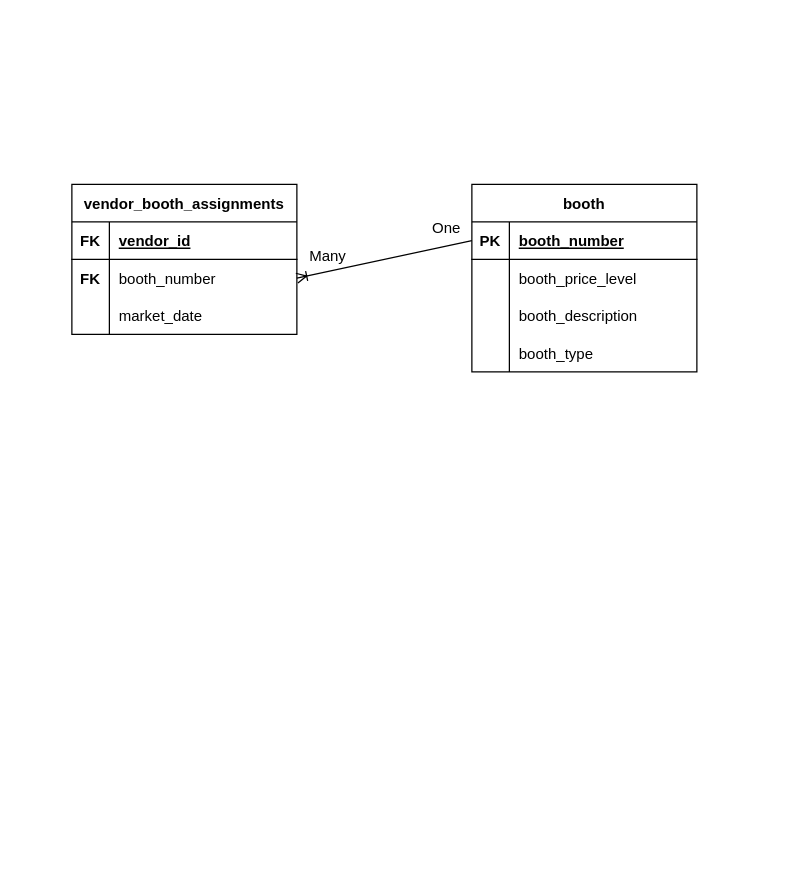
Before: 02_activities/homework/homework1.drawio in mehulptech/sql, a draw.io diagram. Source tidied: cells renumbered, new cells numbered last; positions are measured from the earlier drawing's top-left corner, leaving out a move shared by most shapes. Both pictures are drawn from the tidied source at 125%, with x=0, y=0 at pixel (71, 184).
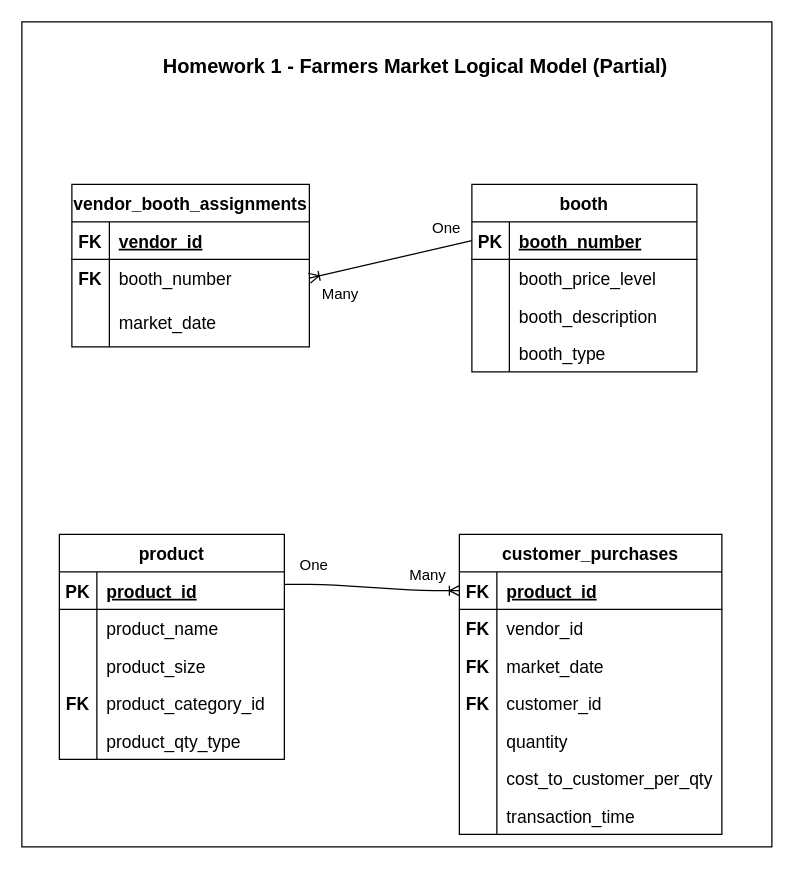
The same page after the edit.

Commit message (it also covers changes not shown here):
Submitting SQL >> Homework 1

The change refers to these unchanged cells:
```xml
<mxCell id="3" style="shape=tableRow;horizontal=0;startSize=0;swimlaneHead=0;swimlaneBody=0;fillColor=none;points=[[0,0.5],[1,0.5]];portConstraint=eastwest;top=0;left=0;right=0;bottom=1;" parent="2" vertex="1">
  <mxGeometry y="30" width="180" height="30" as="geometry" />
</mxCell>
<mxCell id="6" style="shape=tableRow;horizontal=0;startSize=0;swimlaneHead=0;swimlaneBody=0;fillColor=none;top=0;left=0;right=0;bottom=0;" parent="2" vertex="1">
  <mxGeometry y="60" width="180" height="30" as="geometry" />
</mxCell>
<mxCell id="9" style="shape=tableRow;horizontal=0;startSize=0;swimlaneHead=0;swimlaneBody=0;fillColor=none;top=0;left=0;right=0;bottom=0;" parent="2" vertex="1">
  <mxGeometry y="90" width="180" height="30" as="geometry" />
</mxCell>
<mxCell id="12" style="shape=tableRow;horizontal=0;startSize=0;swimlaneHead=0;swimlaneBody=0;fillColor=none;top=0;left=0;right=0;bottom=0;" parent="2" vertex="1">
  <mxGeometry y="120" width="180" height="30" as="geometry" />
</mxCell>
```

The edit, as a diff of the source:
```diff
@@
+    <mxCell id="28" style="rounded=0;whiteSpace=wrap;html=1;" parent="1" vertex="1">
+      <mxGeometry x="-40" y="-130" width="600" height="660" as="geometry" />
+    </mxCell>
-    <mxCell id="2" value="booth" style="shape=table;startSize=30;childLayout=tableLayout;rowLines=0;fontStyle=1;align=center;" parent="1" vertex="1">
+    <mxCell id="2" value="booth" style="shape=table;startSize=30;childLayout=tableLayout;rowLines=0;fontStyle=1;align=center;fontSize=14;" parent="1" vertex="1">
       <mxGeometry x="320" width="180" height="150" as="geometry" />
     </mxCell>
@@
-    <mxCell id="4" value="PK" style="shape=partialRectangle;fillColor=none;top=0;left=0;bottom=0;right=0;fontStyle=1;overflow=hidden;" parent="3" vertex="1">
+    <mxCell id="4" value="PK" style="shape=partialRectangle;fillColor=none;top=0;left=0;bottom=0;right=0;fontStyle=1;overflow=hidden;fontSize=14;" parent="3" vertex="1">
       <mxGeometry width="30" height="30" as="geometry" />
     </mxCell>
-    <mxCell id="5" value="booth_number" style="shape=partialRectangle;fillColor=none;top=0;left=0;bottom=0;right=0;align=left;spacingLeft=6;fontStyle=5;overflow=hidden;" parent="3" vertex="1">
+    <mxCell id="5" value="booth_number" style="shape=partialRectangle;fillColor=none;top=0;left=0;bottom=0;right=0;align=left;spacingLeft=6;fontStyle=5;overflow=hidden;fontSize=14;" parent="3" vertex="1">
       <mxGeometry x="30" width="150" height="30" as="geometry" />
     </mxCell>
@@
-    <mxCell id="8" value="booth_price_level" style="shape=partialRectangle;fillColor=none;top=0;left=0;bottom=0;right=0;align=left;spacingLeft=6;overflow=hidden;" parent="6" vertex="1">
+    <mxCell id="8" value="booth_price_level" style="shape=partialRectangle;fillColor=none;top=0;left=0;bottom=0;right=0;align=left;spacingLeft=6;overflow=hidden;fontSize=14;" parent="6" vertex="1">
       <mxGeometry x="30" width="150" height="30" as="geometry" />
     </mxCell>
@@
-    <mxCell id="11" value="booth_description" style="shape=partialRectangle;fillColor=none;top=0;left=0;bottom=0;right=0;align=left;spacingLeft=6;overflow=hidden;" parent="9" vertex="1">
+    <mxCell id="11" value="booth_description" style="shape=partialRectangle;fillColor=none;top=0;left=0;bottom=0;right=0;align=left;spacingLeft=6;overflow=hidden;fontSize=14;" parent="9" vertex="1">
       <mxGeometry x="30" width="150" height="30" as="geometry" />
     </mxCell>
@@
-    <mxCell id="14" value="booth_type" style="shape=partialRectangle;fillColor=none;top=0;left=0;bottom=0;right=0;align=left;spacingLeft=6;overflow=hidden;" parent="12" vertex="1">
+    <mxCell id="14" value="booth_type" style="shape=partialRectangle;fillColor=none;top=0;left=0;bottom=0;right=0;align=left;spacingLeft=6;overflow=hidden;fontSize=14;" parent="12" vertex="1">
       <mxGeometry x="30" width="150" height="30" as="geometry" />
     </mxCell>
@@
-    <mxCell id="16" value="vendor_booth_assignments" style="shape=table;startSize=30;childLayout=tableLayout;rowLines=0;fontStyle=1;align=center;" parent="1" vertex="1">
-      <mxGeometry width="180" height="120" as="geometry" />
+    <mxCell id="16" value="vendor_booth_assignments" style="shape=table;startSize=30;childLayout=tableLayout;rowLines=0;fontStyle=1;align=center;fontSize=14;" parent="1" vertex="1">
+      <mxGeometry width="190" height="130" as="geometry" />
     </mxCell>
     <mxCell id="17" style="shape=tableRow;horizontal=0;startSize=0;swimlaneHead=0;swimlaneBody=0;fillColor=none;top=0;left=0;right=0;bottom=1;" parent="16" vertex="1">
-      <mxGeometry y="30" width="180" height="30" as="geometry" />
+      <mxGeometry y="30" width="190" height="30" as="geometry" />
     </mxCell>
-    <mxCell id="18" value="FK" style="shape=partialRectangle;fillColor=none;top=0;left=0;bottom=0;right=0;fontStyle=1;overflow=hidden;" parent="17" vertex="1">
+    <mxCell id="18" value="FK" style="shape=partialRectangle;fillColor=none;top=0;left=0;bottom=0;right=0;fontStyle=1;overflow=hidden;fontSize=14;" parent="17" vertex="1">
       <mxGeometry width="30" height="30" as="geometry" />
     </mxCell>
-    <mxCell id="19" value="vendor_id" style="shape=partialRectangle;fillColor=none;top=0;left=0;bottom=0;right=0;align=left;spacingLeft=6;fontStyle=5;overflow=hidden;" parent="17" vertex="1">
-      <mxGeometry x="30" width="150" height="30" as="geometry" />
+    <mxCell id="19" value="vendor_id" style="shape=partialRectangle;fillColor=none;top=0;left=0;bottom=0;right=0;align=left;spacingLeft=6;fontStyle=5;overflow=hidden;fontSize=14;" parent="17" vertex="1">
+      <mxGeometry x="30" width="160" height="30" as="geometry" />
     </mxCell>
     <mxCell id="20" style="shape=tableRow;horizontal=0;startSize=0;swimlaneHead=0;swimlaneBody=0;fillColor=none;points=[[0,0.5],[1,0.5]];portConstraint=eastwest;top=0;left=0;right=0;bottom=0;" parent="16" vertex="1">
-      <mxGeometry y="60" width="180" height="30" as="geometry" />
+      <mxGeometry y="60" width="190" height="30" as="geometry" />
     </mxCell>
-    <mxCell id="21" value="FK" style="shape=partialRectangle;fillColor=none;top=0;left=0;bottom=0;right=0;overflow=hidden;fontStyle=1;" parent="20" vertex="1">
+    <mxCell id="21" value="FK" style="shape=partialRectangle;fillColor=none;top=0;left=0;bottom=0;right=0;overflow=hidden;fontStyle=1;fontSize=14;" parent="20" vertex="1">
       <mxGeometry width="30" height="30" as="geometry" />
     </mxCell>
-    <mxCell id="22" value="booth_number" style="shape=partialRectangle;fillColor=none;top=0;left=0;bottom=0;right=0;align=left;spacingLeft=6;overflow=hidden;" parent="20" vertex="1">
-      <mxGeometry x="30" width="150" height="30" as="geometry" />
+    <mxCell id="22" value="booth_number" style="shape=partialRectangle;fillColor=none;top=0;left=0;bottom=0;right=0;align=left;spacingLeft=6;overflow=hidden;fontSize=14;" parent="20" vertex="1">
+      <mxGeometry x="30" width="160" height="30" as="geometry" />
     </mxCell>
     <mxCell id="23" style="shape=tableRow;horizontal=0;startSize=0;swimlaneHead=0;swimlaneBody=0;fillColor=none;top=0;left=0;right=0;bottom=0;" parent="16" vertex="1">
-      <mxGeometry y="90" width="180" height="30" as="geometry" />
+      <mxGeometry y="90" width="190" height="40" as="geometry" />
     </mxCell>
     <mxCell id="24" style="shape=partialRectangle;fillColor=none;top=0;left=0;bottom=0;right=0;overflow=hidden;" parent="23" vertex="1">
-      <mxGeometry width="30" height="30" as="geometry" />
+      <mxGeometry width="30" height="40" as="geometry" />
     </mxCell>
-    <mxCell id="25" value="market_date" style="shape=partialRectangle;fillColor=none;top=0;left=0;bottom=0;right=0;align=left;spacingLeft=6;overflow=hidden;" parent="23" vertex="1">
-      <mxGeometry x="30" width="150" height="30" as="geometry" />
+    <mxCell id="25" value="market_date" style="shape=partialRectangle;fillColor=none;top=0;left=0;bottom=0;right=0;align=left;spacingLeft=6;overflow=hidden;fontSize=14;" parent="23" vertex="1">
+      <mxGeometry x="30" width="160" height="40" as="geometry" />
     </mxCell>
@@
     <mxCell id="27" value="Many" style="text;html=1;strokeColor=none;fillColor=none;align=center;verticalAlign=middle;whiteSpace=wrap;rounded=0;" parent="1" vertex="1">
-      <mxGeometry x="180" y="50" width="50" height="15" as="geometry" />
+      <mxGeometry x="190" y="80" width="50" height="15" as="geometry" />
     </mxCell>
+    <mxCell id="29" value="&lt;b&gt;&lt;font style=&quot;font-size: 16px;&quot;&gt;Homework 1 - Farmers Market Logical Model (Partial)&lt;/font&gt;&lt;/b&gt;" style="text;html=1;strokeColor=none;fillColor=none;align=center;verticalAlign=middle;whiteSpace=wrap;rounded=0;" parent="1" vertex="1">
+      <mxGeometry x="30" y="-110" width="490" height="30" as="geometry" />
+    </mxCell>
+    <mxCell id="30" value="product" style="shape=table;startSize=30;childLayout=tableLayout;rowLines=0;fontStyle=1;align=center;fontSize=14;" parent="1" vertex="1">
+      <mxGeometry x="-10" y="280" width="180" height="180" as="geometry" />
+    </mxCell>
+    <mxCell id="31" style="shape=tableRow;horizontal=0;startSize=0;swimlaneHead=0;swimlaneBody=0;fillColor=none;top=0;left=0;right=0;bottom=1;fontSize=16;" parent="30" vertex="1">
+      <mxGeometry y="30" width="180" height="30" as="geometry" />
+    </mxCell>
+    <mxCell id="32" value="PK" style="shape=partialRectangle;fillColor=none;top=0;left=0;bottom=0;right=0;fontStyle=1;overflow=hidden;fontSize=14;" parent="31" vertex="1">
+      <mxGeometry width="30" height="30" as="geometry" />
+    </mxCell>
+    <mxCell id="33" value="product_id" style="shape=partialRectangle;fillColor=none;top=0;left=0;bottom=0;right=0;align=left;spacingLeft=6;fontStyle=5;overflow=hidden;fontSize=14;" parent="31" vertex="1">
+      <mxGeometry x="30" width="150" height="30" as="geometry" />
+    </mxCell>
+    <mxCell id="34" style="shape=tableRow;horizontal=0;startSize=0;swimlaneHead=0;swimlaneBody=0;fillColor=none;top=0;left=0;right=0;bottom=0;fontSize=16;" parent="30" vertex="1">
+      <mxGeometry y="60" width="180" height="30" as="geometry" />
+    </mxCell>
+    <mxCell id="35" style="shape=partialRectangle;fillColor=none;top=0;left=0;bottom=0;right=0;overflow=hidden;fontSize=16;" parent="34" vertex="1">
+      <mxGeometry width="30" height="30" as="geometry" />
+    </mxCell>
+    <mxCell id="36" value="product_name" style="shape=partialRectangle;fillColor=none;top=0;left=0;bottom=0;right=0;align=left;spacingLeft=6;overflow=hidden;fontSize=14;" parent="34" vertex="1">
+      <mxGeometry x="30" width="150" height="30" as="geometry" />
+    </mxCell>
+    <mxCell id="37" style="shape=tableRow;horizontal=0;startSize=0;swimlaneHead=0;swimlaneBody=0;fillColor=none;top=0;left=0;right=0;bottom=0;fontSize=16;" parent="30" vertex="1">
+      <mxGeometry y="90" width="180" height="30" as="geometry" />
+    </mxCell>
+    <mxCell id="38" style="shape=partialRectangle;fillColor=none;top=0;left=0;bottom=0;right=0;overflow=hidden;fontSize=16;" parent="37" vertex="1">
+      <mxGeometry width="30" height="30" as="geometry" />
+    </mxCell>
+    <mxCell id="39" value="product_size" style="shape=partialRectangle;fillColor=none;top=0;left=0;bottom=0;right=0;align=left;spacingLeft=6;overflow=hidden;fontSize=14;" parent="37" vertex="1">
+      <mxGeometry x="30" width="150" height="30" as="geometry" />
+    </mxCell>
+    <mxCell id="40" style="shape=tableRow;horizontal=0;startSize=0;swimlaneHead=0;swimlaneBody=0;fillColor=none;top=0;left=0;right=0;bottom=0;fontSize=16;" parent="30" vertex="1">
+      <mxGeometry y="120" width="180" height="30" as="geometry" />
+    </mxCell>
+    <mxCell id="41" value="FK" style="shape=partialRectangle;fillColor=none;top=0;left=0;bottom=0;right=0;overflow=hidden;fontSize=14;fontStyle=1;" parent="40" vertex="1">
+      <mxGeometry width="30" height="30" as="geometry" />
+    </mxCell>
+    <mxCell id="42" value="product_category_id" style="shape=partialRectangle;fillColor=none;top=0;left=0;bottom=0;right=0;align=left;spacingLeft=6;overflow=hidden;fontSize=14;" parent="40" vertex="1">
+      <mxGeometry x="30" width="150" height="30" as="geometry" />
+    </mxCell>
+    <mxCell id="43" style="shape=tableRow;horizontal=0;startSize=0;swimlaneHead=0;swimlaneBody=0;fillColor=none;top=0;left=0;right=0;bottom=0;fontSize=16;" parent="30" vertex="1">
+      <mxGeometry y="150" width="180" height="30" as="geometry" />
+    </mxCell>
+    <mxCell id="44" style="shape=partialRectangle;fillColor=none;top=0;left=0;bottom=0;right=0;overflow=hidden;fontSize=14;fontStyle=1;" parent="43" vertex="1">
+      <mxGeometry width="30" height="30" as="geometry" />
+    </mxCell>
+    <mxCell id="45" value="product_qty_type" style="shape=partialRectangle;fillColor=none;top=0;left=0;bottom=0;right=0;align=left;spacingLeft=6;overflow=hidden;fontSize=14;" parent="43" vertex="1">
+      <mxGeometry x="30" width="150" height="30" as="geometry" />
+    </mxCell>
+    <mxCell id="46" value="customer_purchases" style="shape=table;startSize=30;childLayout=tableLayout;rowLines=0;fontStyle=1;align=center;fontSize=14;" parent="1" vertex="1">
+      <mxGeometry x="310" y="280" width="210" height="240" as="geometry" />
+    </mxCell>
+    <mxCell id="47" style="shape=tableRow;horizontal=0;startSize=0;swimlaneHead=0;swimlaneBody=0;fillColor=none;points=[[0,0.5],[1,0.5]];portConstraint=eastwest;top=0;left=0;right=0;bottom=1;fontSize=14;" parent="46" vertex="1">
+      <mxGeometry y="30" width="210" height="30" as="geometry" />
+    </mxCell>
+    <mxCell id="48" value="FK" style="shape=partialRectangle;fillColor=none;top=0;left=0;bottom=0;right=0;fontStyle=1;overflow=hidden;fontSize=14;" parent="47" vertex="1">
+      <mxGeometry width="30" height="30" as="geometry" />
+    </mxCell>
+    <mxCell id="49" value="product_id" style="shape=partialRectangle;fillColor=none;top=0;left=0;bottom=0;right=0;align=left;spacingLeft=6;fontStyle=5;overflow=hidden;fontSize=14;" parent="47" vertex="1">
+      <mxGeometry x="30" width="180" height="30" as="geometry" />
+    </mxCell>
+    <mxCell id="50" style="shape=tableRow;horizontal=0;startSize=0;swimlaneHead=0;swimlaneBody=0;fillColor=none;top=0;left=0;right=0;bottom=0;fontSize=14;" parent="46" vertex="1">
+      <mxGeometry y="60" width="210" height="30" as="geometry" />
+    </mxCell>
+    <mxCell id="51" value="FK" style="shape=partialRectangle;fillColor=none;top=0;left=0;bottom=0;right=0;overflow=hidden;fontSize=14;fontStyle=1;" parent="50" vertex="1">
+      <mxGeometry width="30" height="30" as="geometry" />
+    </mxCell>
+    <mxCell id="52" value="vendor_id" style="shape=partialRectangle;fillColor=none;top=0;left=0;bottom=0;right=0;align=left;spacingLeft=6;overflow=hidden;fontSize=14;" parent="50" vertex="1">
+      <mxGeometry x="30" width="180" height="30" as="geometry" />
+    </mxCell>
+    <mxCell id="53" style="shape=tableRow;horizontal=0;startSize=0;swimlaneHead=0;swimlaneBody=0;fillColor=none;top=0;left=0;right=0;bottom=0;fontSize=14;" parent="46" vertex="1">
+      <mxGeometry y="90" width="210" height="30" as="geometry" />
+    </mxCell>
+    <mxCell id="54" value="FK" style="shape=partialRectangle;fillColor=none;top=0;left=0;bottom=0;right=0;overflow=hidden;fontSize=14;fontStyle=1;" parent="53" vertex="1">
+      <mxGeometry width="30" height="30" as="geometry" />
+    </mxCell>
+    <mxCell id="55" value="market_date" style="shape=partialRectangle;fillColor=none;top=0;left=0;bottom=0;right=0;align=left;spacingLeft=6;overflow=hidden;fontSize=14;" parent="53" vertex="1">
+      <mxGeometry x="30" width="180" height="30" as="geometry" />
+    </mxCell>
+    <mxCell id="56" style="shape=tableRow;horizontal=0;startSize=0;swimlaneHead=0;swimlaneBody=0;fillColor=none;top=0;left=0;right=0;bottom=0;fontSize=14;" parent="46" vertex="1">
+      <mxGeometry y="120" width="210" height="30" as="geometry" />
+    </mxCell>
+    <mxCell id="57" style="shape=partialRectangle;fillColor=none;top=0;left=0;bottom=0;right=0;overflow=hidden;fontSize=14;" parent="56" vertex="1">
+      <mxGeometry width="30" height="30" as="geometry" />
+    </mxCell>
+    <mxCell id="58" value="customer_id" style="shape=partialRectangle;fillColor=none;top=0;left=0;bottom=0;right=0;align=left;spacingLeft=6;overflow=hidden;fontSize=14;" parent="56" vertex="1">
+      <mxGeometry x="30" width="180" height="30" as="geometry" />
+    </mxCell>
+    <mxCell id="59" style="shape=tableRow;horizontal=0;startSize=0;swimlaneHead=0;swimlaneBody=0;fillColor=none;top=0;left=0;right=0;bottom=0;fontSize=14;" parent="46" vertex="1">
+      <mxGeometry y="150" width="210" height="30" as="geometry" />
+    </mxCell>
+    <mxCell id="60" style="shape=partialRectangle;fillColor=none;top=0;left=0;bottom=0;right=0;overflow=hidden;fontSize=14;" parent="59" vertex="1">
+      <mxGeometry width="30" height="30" as="geometry" />
+    </mxCell>
+    <mxCell id="61" value="quantity" style="shape=partialRectangle;fillColor=none;top=0;left=0;bottom=0;right=0;align=left;spacingLeft=6;overflow=hidden;fontSize=14;" parent="59" vertex="1">
+      <mxGeometry x="30" width="180" height="30" as="geometry" />
+    </mxCell>
+    <mxCell id="62" style="shape=tableRow;horizontal=0;startSize=0;swimlaneHead=0;swimlaneBody=0;fillColor=none;top=0;left=0;right=0;bottom=0;fontSize=14;" parent="46" vertex="1">
+      <mxGeometry y="180" width="210" height="30" as="geometry" />
+    </mxCell>
+    <mxCell id="63" style="shape=partialRectangle;fillColor=none;top=0;left=0;bottom=0;right=0;overflow=hidden;fontSize=14;" parent="62" vertex="1">
+      <mxGeometry width="30" height="30" as="geometry" />
+    </mxCell>
+    <mxCell id="64" value="cost_to_customer_per_qty" style="shape=partialRectangle;fillColor=none;top=0;left=0;bottom=0;right=0;align=left;spacingLeft=6;overflow=hidden;fontSize=14;" parent="62" vertex="1">
+      <mxGeometry x="30" width="180" height="30" as="geometry" />
+    </mxCell>
+    <mxCell id="65" style="shape=tableRow;horizontal=0;startSize=0;swimlaneHead=0;swimlaneBody=0;fillColor=none;top=0;left=0;right=0;bottom=0;fontSize=14;" parent="46" vertex="1">
+      <mxGeometry y="210" width="210" height="30" as="geometry" />
+    </mxCell>
+    <mxCell id="66" style="shape=partialRectangle;fillColor=none;top=0;left=0;bottom=0;right=0;overflow=hidden;fontSize=14;" parent="65" vertex="1">
+      <mxGeometry width="30" height="30" as="geometry" />
+    </mxCell>
+    <mxCell id="67" value="transaction_time" style="shape=partialRectangle;fillColor=none;top=0;left=0;bottom=0;right=0;align=left;spacingLeft=6;overflow=hidden;fontSize=14;" parent="65" vertex="1">
+      <mxGeometry x="30" width="180" height="30" as="geometry" />
+    </mxCell>
+    <mxCell id="68" value="FK" style="shape=partialRectangle;fillColor=none;top=0;left=0;bottom=0;right=0;overflow=hidden;fontSize=14;fontStyle=1;" parent="1" vertex="1">
+      <mxGeometry x="310" y="400" width="30" height="30" as="geometry" />
+    </mxCell>
+    <mxCell id="69" style="edgeStyle=entityRelationEdgeStyle;fontSize=12;html=1;endArrow=ERoneToMany;entryX=0;entryY=0.5;entryDx=0;entryDy=0;" parent="1" edge="1" target="47">
+      <mxGeometry relative="1" as="geometry">
+        <mxPoint x="170" y="320" as="sourcePoint" />
+      </mxGeometry>
+    </mxCell>
+    <mxCell id="70" value="One" style="text;html=1;strokeColor=none;fillColor=none;align=center;verticalAlign=middle;whiteSpace=wrap;rounded=0;" parent="1" vertex="1">
+      <mxGeometry x="164" y="290" width="60" height="30" as="geometry" />
+    </mxCell>
+    <mxCell id="71" value="Many" style="text;html=1;strokeColor=none;fillColor=none;align=center;verticalAlign=middle;whiteSpace=wrap;rounded=0;" parent="1" vertex="1">
+      <mxGeometry x="260" y="305" width="50" height="15" as="geometry" />
+    </mxCell>
```
